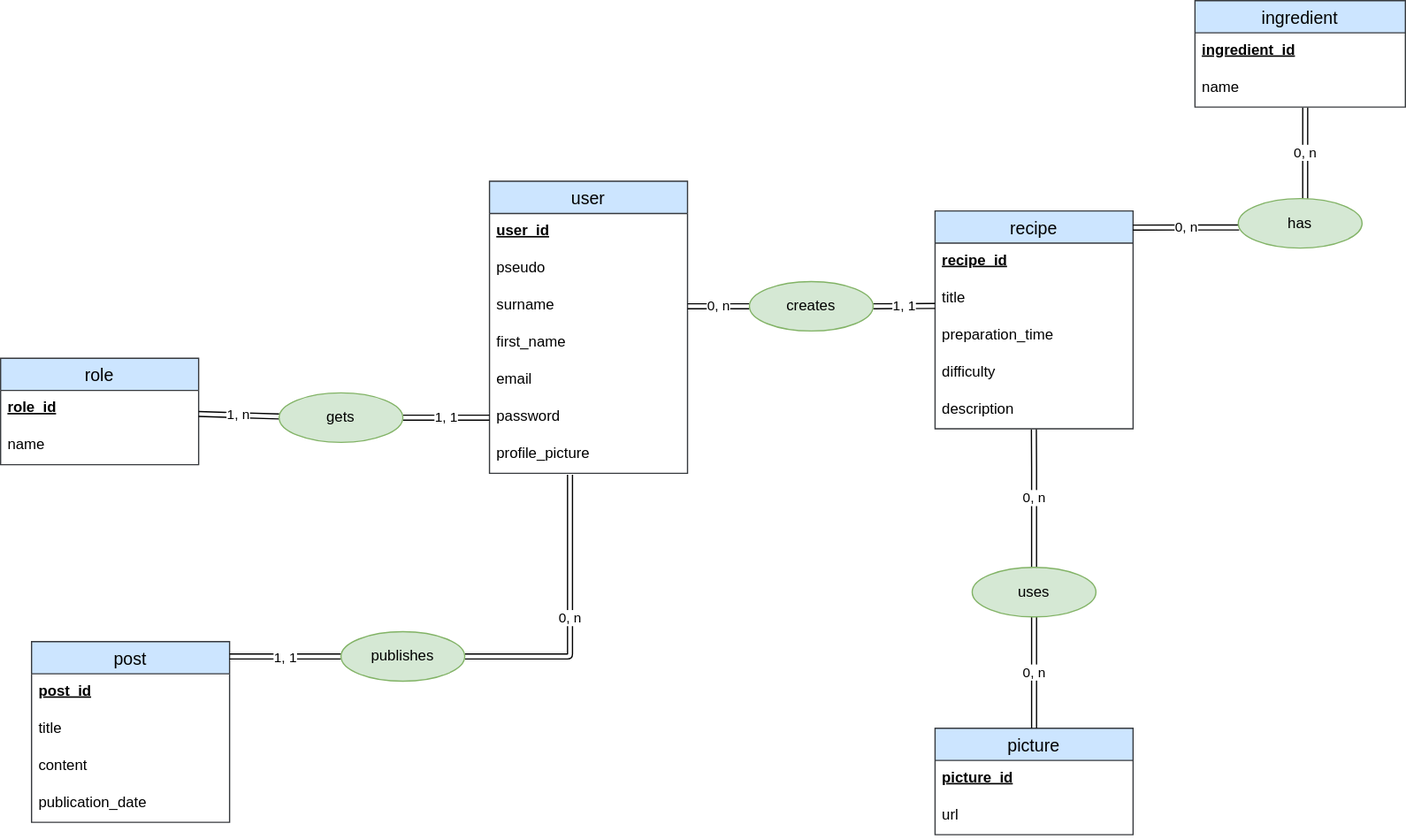
Above: code/server/merise/MCD_le_reseau_des_gourmets.drawio.svg in TigerSnowy/le_reseau_des_gourmets (draw.io), before the change. Source tidied: cells renumbered, new cells last; positions are measured from the earlier drawing's top-left corner, leaving out a move shared by most shapes.
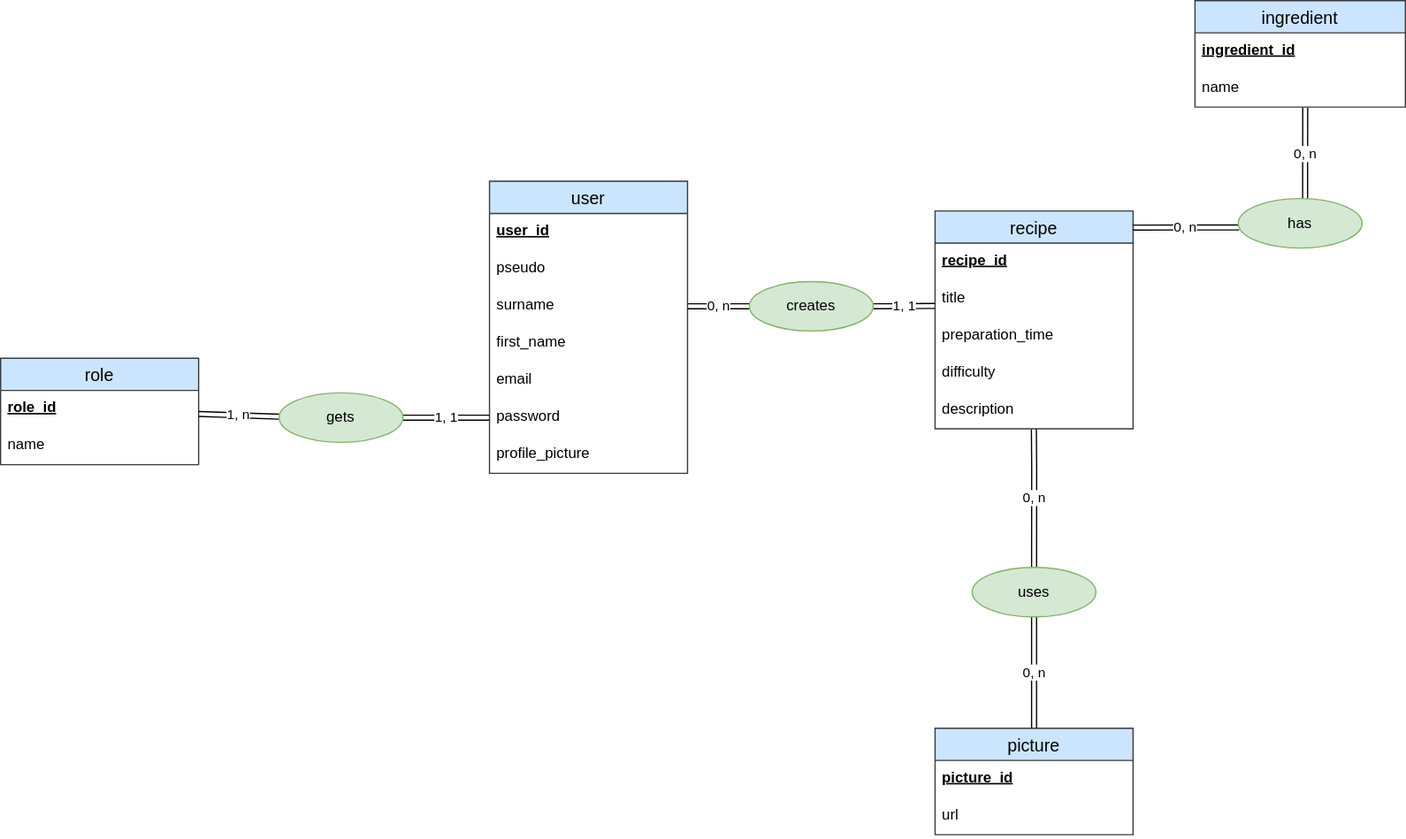
Later version of the same file.

What changed in the source:
```diff
@@ -44,21 +44,6 @@
     <mxCell id="15" value="description" style="text;strokeColor=none;fillColor=none;spacingLeft=4;spacingRight=4;overflow=hidden;points=[[0,0.5],[1,0.5]];portConstraint=eastwest;fontSize=12;" parent="10" vertex="1">
       <mxGeometry y="146" width="160" height="30" as="geometry" />
     </mxCell>
-    <mxCell id="16" value="post" style="swimlane;fontStyle=0;horizontal=1;startSize=26;align=center;fontSize=14;swimlaneFillColor=default;fillColor=#cce5ff;strokeColor=#36393d;" parent="1" vertex="1">
-      <mxGeometry x="25" y="518" width="160" height="146" as="geometry" />
-    </mxCell>
-    <mxCell id="17" value="post_id" style="text;strokeColor=none;fillColor=none;spacingLeft=4;spacingRight=4;overflow=hidden;fontSize=12;fontStyle=5;" parent="16" vertex="1">
-      <mxGeometry y="26" width="160" height="30" as="geometry" />
-    </mxCell>
-    <mxCell id="18" value="title" style="text;strokeColor=none;fillColor=none;spacingLeft=4;spacingRight=4;overflow=hidden;fontSize=12;" parent="16" vertex="1">
-      <mxGeometry y="56" width="160" height="30" as="geometry" />
-    </mxCell>
-    <mxCell id="19" value="content" style="text;strokeColor=none;fillColor=none;spacingLeft=4;spacingRight=4;overflow=hidden;fontSize=12;" parent="16" vertex="1">
-      <mxGeometry y="86" width="160" height="30" as="geometry" />
-    </mxCell>
-    <mxCell id="20" value="publication_date" style="text;strokeColor=none;fillColor=none;spacingLeft=4;spacingRight=4;overflow=hidden;fontSize=12;" parent="16" vertex="1">
-      <mxGeometry y="116" width="160" height="30" as="geometry" />
-    </mxCell>
     <mxCell id="21" value="1, 1" style="edgeStyle=none;html=1;entryX=0;entryY=0.691;entryDx=0;entryDy=0;shape=link;entryPerimeter=0;" parent="1" edge="1" source="23" target="12">
       <mxGeometry relative="1" as="geometry" />
     </mxCell>
@@ -68,22 +53,6 @@
     <mxCell id="23" value="creates" style="ellipse;whiteSpace=wrap;html=1;align=center;fillColor=#d5e8d4;strokeColor=#82b366;" parent="1" vertex="1">
       <mxGeometry x="605" y="227" width="100" height="40" as="geometry" />
     </mxCell>
-    <mxCell id="24" value="0, n" style="edgeStyle=orthogonalEdgeStyle;html=1;shape=link;strokeColor=default;entryX=0.411;entryY=1.039;entryDx=0;entryDy=0;entryPerimeter=0;" parent="1" edge="1" source="26" target="9">
-      <mxGeometry relative="1" as="geometry">
-        <Array as="points">
-          <mxPoint x="460" y="530" />
-          <mxPoint x="460" y="383" />
-        </Array>
-      </mxGeometry>
-    </mxCell>
-    <mxCell id="25" value="1, 1" style="edgeStyle=orthogonalEdgeStyle;html=1;shape=link;" parent="1" edge="1" source="26">
-      <mxGeometry relative="1" as="geometry">
-        <mxPoint x="185" y="530" as="targetPoint" />
-      </mxGeometry>
-    </mxCell>
-    <mxCell id="26" value="publishes" style="ellipse;whiteSpace=wrap;html=1;align=center;fillColor=#d5e8d4;strokeColor=#82b366;" parent="1" vertex="1">
-      <mxGeometry x="275" y="510" width="100" height="40" as="geometry" />
-    </mxCell>
     <mxCell id="27" value="role" style="swimlane;fontStyle=0;horizontal=1;startSize=26;align=center;fontSize=14;swimlaneFillColor=default;fillColor=#cce5ff;strokeColor=#36393d;" parent="1" vertex="1">
       <mxGeometry y="289" width="160" height="86" as="geometry" />
     </mxCell>
```
